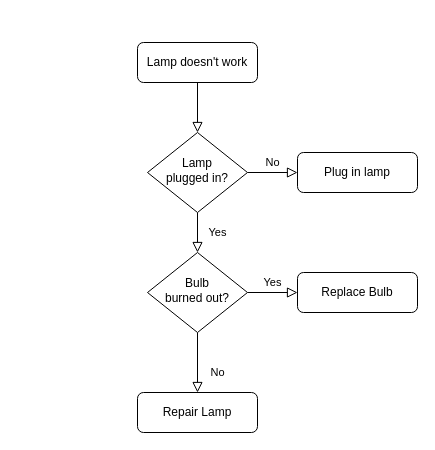
Callicebus/Project3WeatherPatterns keeps this draw.io diagram as Untitled Diagram.drawio. Above is the earlier version. Source tidied: cells renumbered, new cells numbered last; positions are measured from the earlier drawing's top-left corner, leaving out a move shared by most shapes. Both pictures are drawn from the tidied source at 100%, with x=0, y=0 at pixel (137, 42). Pictures stored in the file or linked from it are replaced by grey dashed boxes.
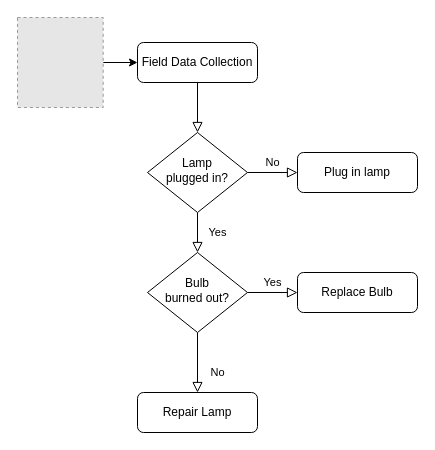
Above is the later version.

The edit, as a diff of the source:
```diff
@@
 <mxGraphModel>
   <root>
     <mxCell id="0" />
     <mxCell id="1" parent="0" />
     <mxCell id="2" style="rounded=0;html=1;jettySize=auto;fontSize=11;endArrow=block;endFill=0;endSize=8;strokeWidth=1;shadow=0;labelBackgroundColor=none;edgeStyle=orthogonalEdgeStyle;" parent="1" edge="1" source="3" target="6">
       <mxGeometry relative="1" as="geometry" />
     </mxCell>
-    <mxCell id="3" value="Lamp doesn't work" style="rounded=1;whiteSpace=wrap;html=1;fontSize=12;glass=0;strokeWidth=1;shadow=0;" parent="1" vertex="1">
+    <mxCell id="3" value="Field Data Collection" style="rounded=1;whiteSpace=wrap;html=1;fontSize=12;glass=0;strokeWidth=1;shadow=0;" parent="1" vertex="1">
       <mxGeometry width="120" height="40" as="geometry" />
     </mxCell>
     <mxCell id="4" value="Yes" style="rounded=0;html=1;jettySize=auto;fontSize=11;endArrow=block;endFill=0;endSize=8;strokeWidth=1;shadow=0;labelBackgroundColor=none;edgeStyle=orthogonalEdgeStyle;" parent="1" edge="1" source="6" target="10">
       <mxGeometry y="20" relative="1" as="geometry" />
     </mxCell>
     <mxCell id="5" value="No" style="edgeStyle=orthogonalEdgeStyle;rounded=0;html=1;jettySize=auto;fontSize=11;endArrow=block;endFill=0;endSize=8;strokeWidth=1;shadow=0;labelBackgroundColor=none;" parent="1" edge="1" source="6" target="7">
       <mxGeometry y="10" relative="1" as="geometry" />
     </mxCell>
     <mxCell id="6" value="Lamp&lt;br&gt;plugged in?" style="rhombus;whiteSpace=wrap;html=1;shadow=0;fontFamily=Helvetica;fontSize=12;align=center;strokeWidth=1;spacing=6;spacingTop=-4;" parent="1" vertex="1">
       <mxGeometry x="10" y="90" width="100" height="80" as="geometry" />
     </mxCell>
     <mxCell id="7" value="Plug in lamp" style="rounded=1;whiteSpace=wrap;html=1;fontSize=12;glass=0;strokeWidth=1;shadow=0;" parent="1" vertex="1">
       <mxGeometry x="160" y="110" width="120" height="40" as="geometry" />
     </mxCell>
     <mxCell id="8" value="No" style="rounded=0;html=1;jettySize=auto;fontSize=11;endArrow=block;endFill=0;endSize=8;strokeWidth=1;shadow=0;labelBackgroundColor=none;edgeStyle=orthogonalEdgeStyle;" parent="1" edge="1" source="10" target="11">
       <mxGeometry x="0.33" y="20" relative="1" as="geometry" />
     </mxCell>
     <mxCell id="9" value="Yes" style="edgeStyle=orthogonalEdgeStyle;rounded=0;html=1;jettySize=auto;fontSize=11;endArrow=block;endFill=0;endSize=8;strokeWidth=1;shadow=0;labelBackgroundColor=none;" parent="1" edge="1" source="10" target="12">
       <mxGeometry y="10" relative="1" as="geometry" />
     </mxCell>
     <mxCell id="10" value="Bulb&lt;br&gt;burned out?" style="rhombus;whiteSpace=wrap;html=1;shadow=0;fontFamily=Helvetica;fontSize=12;align=center;strokeWidth=1;spacing=6;spacingTop=-4;" parent="1" vertex="1">
       <mxGeometry x="10" y="210" width="100" height="80" as="geometry" />
     </mxCell>
     <mxCell id="11" value="Repair Lamp" style="rounded=1;whiteSpace=wrap;html=1;fontSize=12;glass=0;strokeWidth=1;shadow=0;" parent="1" vertex="1">
       <mxGeometry y="350" width="120" height="40" as="geometry" />
     </mxCell>
     <mxCell id="12" value="Replace Bulb" style="rounded=1;whiteSpace=wrap;html=1;fontSize=12;glass=0;strokeWidth=1;shadow=0;" parent="1" vertex="1">
       <mxGeometry x="160" y="230" width="120" height="40" as="geometry" />
     </mxCell>
+    <mxCell id="13" style="edgeStyle=orthogonalEdgeStyle;rounded=0;jettySize=auto;html=1;" parent="1" edge="1" source="14" target="3">
+      <mxGeometry relative="1" as="geometry" />
+    </mxCell>
+    <mxCell id="14" style="fillColor=#E6E6E6;strokeColor=#999999;dashed=1;verticalLabelPosition=bottom;verticalAlign=top;" parent="1" vertex="1">
+      <mxGeometry x="-120" y="-25" width="85.7" height="90" as="geometry" />
+    </mxCell>
   </root>
 </mxGraphModel>
```
